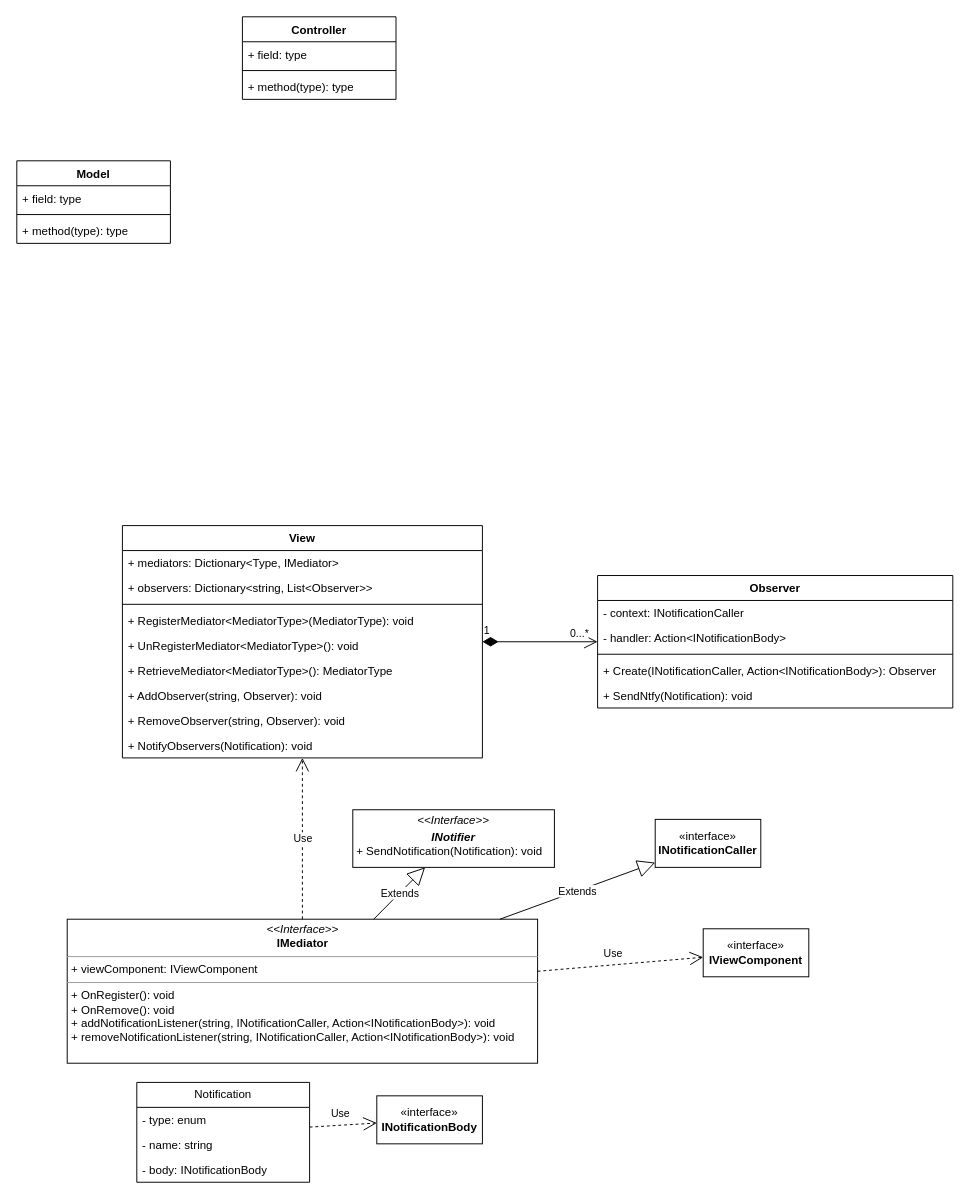
GameCater/DrawIO keeps this draw.io diagram as pureMVC.drawio. Above is the earlier version. Source tidied: cells renumbered, new cells numbered last; positions are measured from the earlier drawing's top-left corner, leaving out a move shared by most shapes. Both pictures are drawn from the tidied source at 96%, with x=0, y=0 at pixel (16, 16).
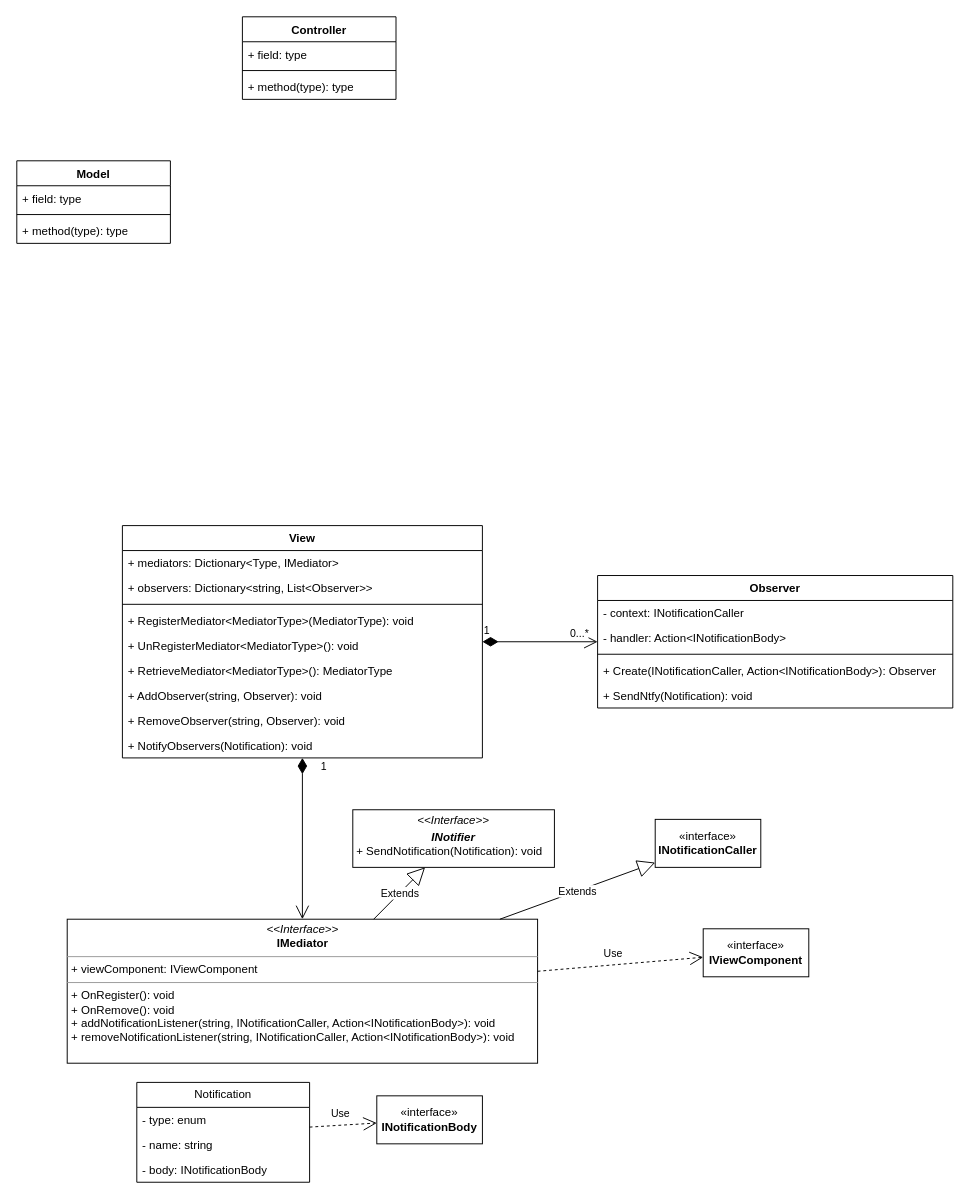
Above is the later version.

The change refers to these unchanged cells:
```xml
<mxCell id="6" value="View" style="swimlane;fontStyle=1;align=center;verticalAlign=top;horizontal=1;startSize=26;whiteSpace=wrap;html=1;" parent="1" vertex="1">
  <mxGeometry x="110" y="530" width="375" height="242" as="geometry" />
</mxCell>
<mxCell id="20" value="&lt;p style=&quot;margin:0px;margin-top:4px;text-align:center;&quot;&gt;&lt;i&gt;&amp;lt;&amp;lt;Interface&amp;gt;&amp;gt;&lt;/i&gt;&lt;br&gt;&lt;b&gt;IMediator&lt;/b&gt;&lt;/p&gt;&lt;hr size=&quot;1&quot;&gt;&lt;p style=&quot;margin:0px;margin-left:4px;&quot;&gt;+ viewComponent: IViewComponent&lt;br&gt;&lt;/p&gt;&lt;hr size=&quot;1&quot;&gt;&lt;p style=&quot;margin:0px;margin-left:4px;&quot;&gt;+ OnRegister(): void&lt;/p&gt;&lt;p style=&quot;margin:0px;margin-left:4px;&quot;&gt;+ OnRemove(): void&lt;/p&gt;&lt;p style=&quot;margin:0px;margin-left:4px;&quot;&gt;+ addNotificationListener(string, INotificationCaller, Action&amp;lt;INotificationBody&amp;gt;): void&lt;/p&gt;&lt;p style=&quot;margin:0px;margin-left:4px;&quot;&gt;+ removeNotificationListener(string, INotificationCaller, Action&amp;lt;INotificationBody&amp;gt;): void&lt;br&gt;&lt;/p&gt;" style="verticalAlign=top;align=left;overflow=fill;fontSize=12;fontFamily=Helvetica;html=1;whiteSpace=wrap;" parent="1" vertex="1">
  <mxGeometry x="52.5" y="940" width="490" height="150" as="geometry" />
</mxCell>
```

Diff of the diagram source:
```diff
@@
-    <mxCell id="41" value="Use" style="endArrow=open;endSize=12;dashed=1;html=1;rounded=0;" parent="1" edge="1" source="20" target="6">
-      <mxGeometry relative="1" as="geometry" />
-    </mxCell>
+    <mxCell id="42" value="1" style="endArrow=open;html=1;endSize=12;startArrow=diamondThin;startSize=14;startFill=1;edgeStyle=orthogonalEdgeStyle;align=left;verticalAlign=bottom;rounded=0;" parent="1" edge="1" source="6" target="20">
+      <mxGeometry x="-0.79" y="17" relative="1" as="geometry" />
+    </mxCell>
```
